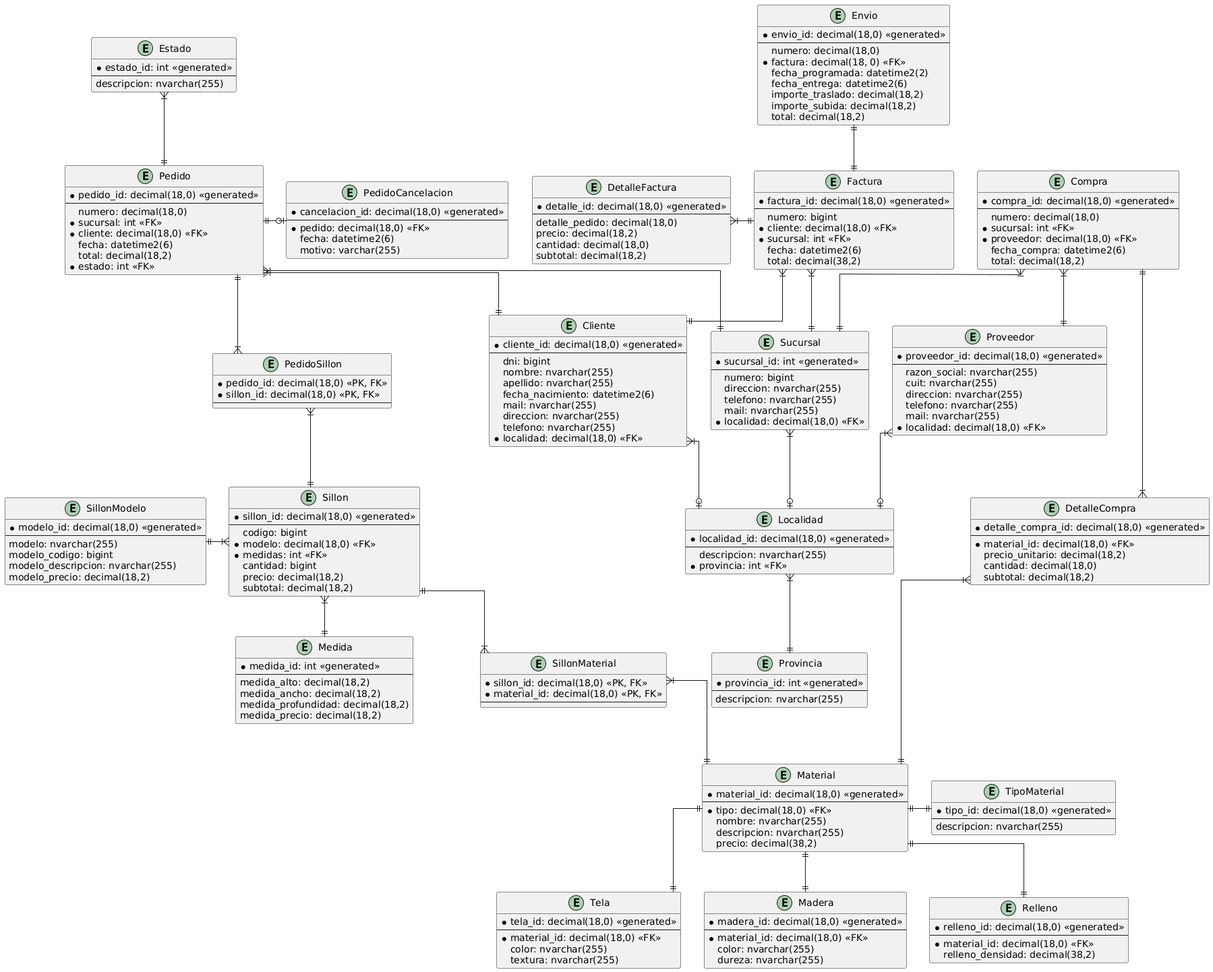
This is DER.png from jreggiardoUTN/UTN-sillones, a PlantUML export, as it was before one commit.
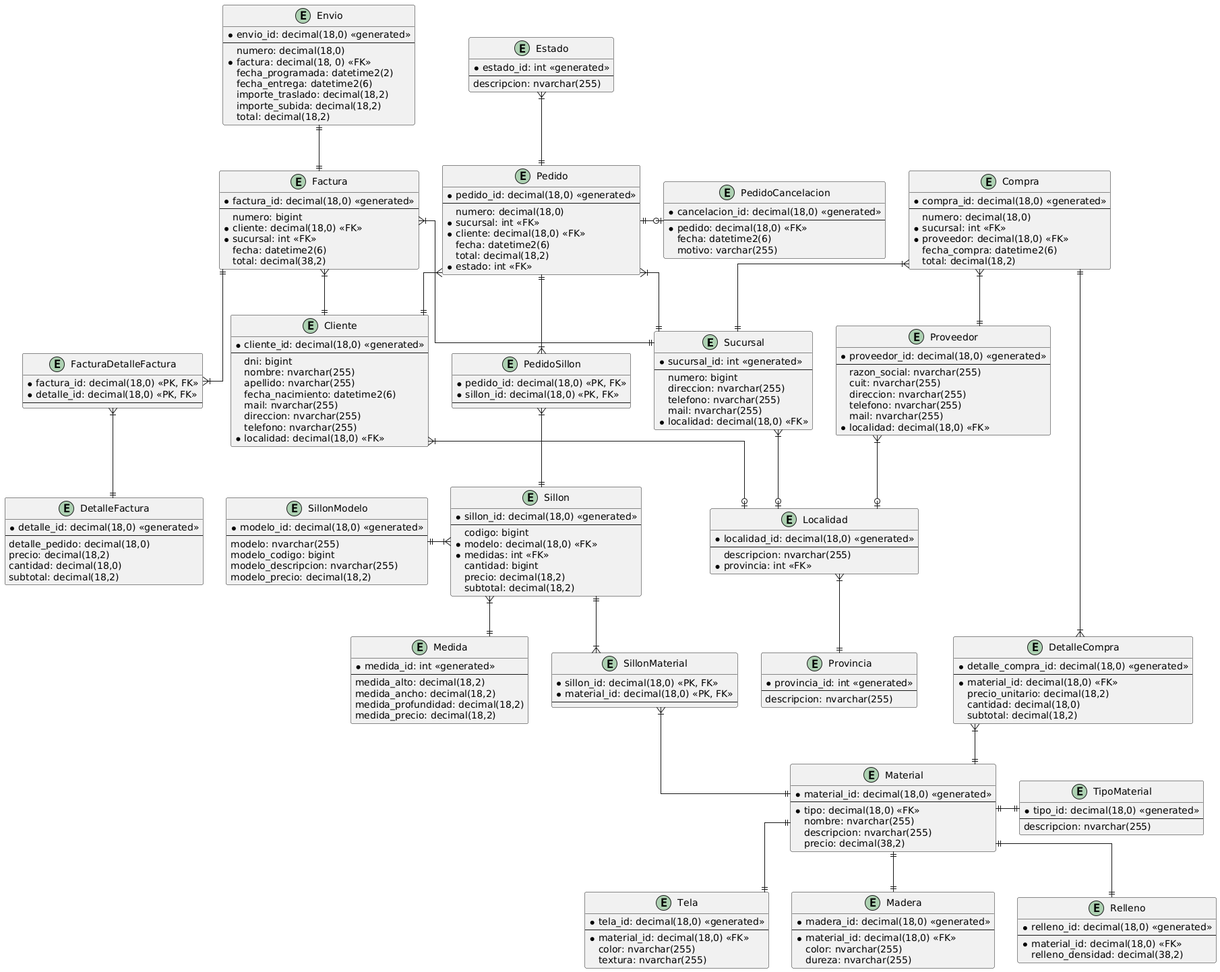
The same diagram one commit later.

Commit message:
feature: Agrego tablas relacionadas a modulo Pedido

Change to the diagram source:
```diff
@@ -141,6 +141,12 @@
     total: decimal(38,2)
 }
 
+entity "FacturaDetalleFactura" {
+    *factura_id: decimal(18,0) <<PK, FK>>
+    *detalle_id: decimal(18,0) <<PK, FK>>
+    --
+}
+
 
 entity "DetalleFactura" {
     *detalle_id: decimal(18,0) <<generated>>
@@ -227,7 +233,8 @@
 Material ||--|| Tela
 Factura }|--|| Cliente
 Factura }|--|| Sucursal
-Factura ||-l-|{ DetalleFactura
+Factura ||--|{ FacturaDetalleFactura
+FacturaDetalleFactura }|--|| DetalleFactura
 Envio ||--|| Factura
 Compra }|--|| Proveedor
 Compra }|--|| Sucursal
```
